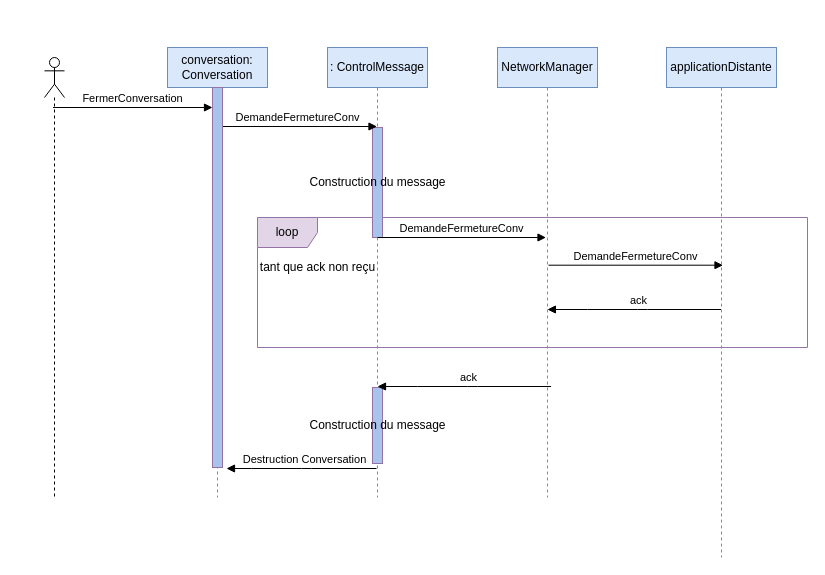
Before: Projet/UML/versions modifiables/fermeture_clavardage.drawio in Newglear/UF_projet_java, a draw.io diagram. Source tidied: cells renumbered, new cells numbered last; positions are measured from the earlier drawing's top-left corner, leaving out a move shared by most shapes. Both pictures are drawn from the tidied source at 100%, with x=0, y=0 at pixel (44, 47).
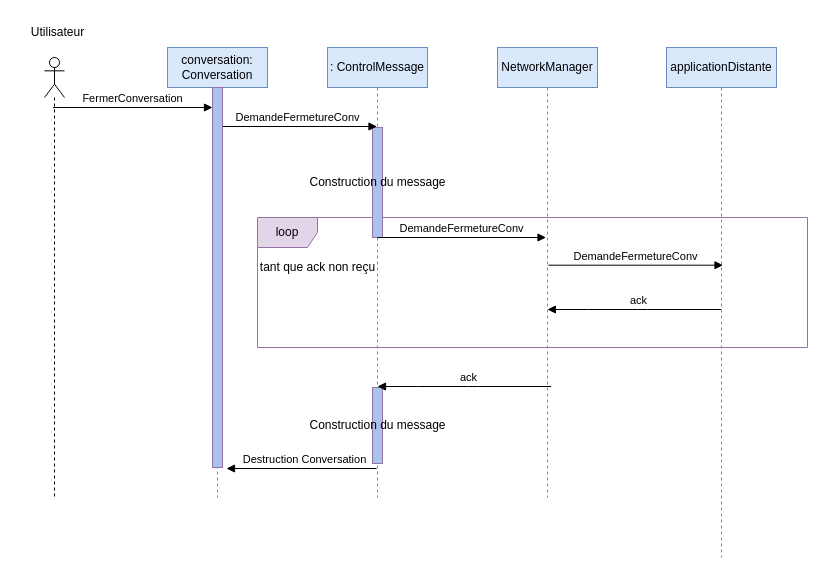
The same page after the edit.

The edit, as a diff of the source:
```diff
@@
+    <mxCell id="20" value="Utilisateur" style="text;html=1;align=center;verticalAlign=middle;strokeColor=none;fillColor=none;" parent="1" vertex="1">
+      <mxGeometry x="-27" y="-30" width="80" height="30" as="geometry" />
+    </mxCell>
```
